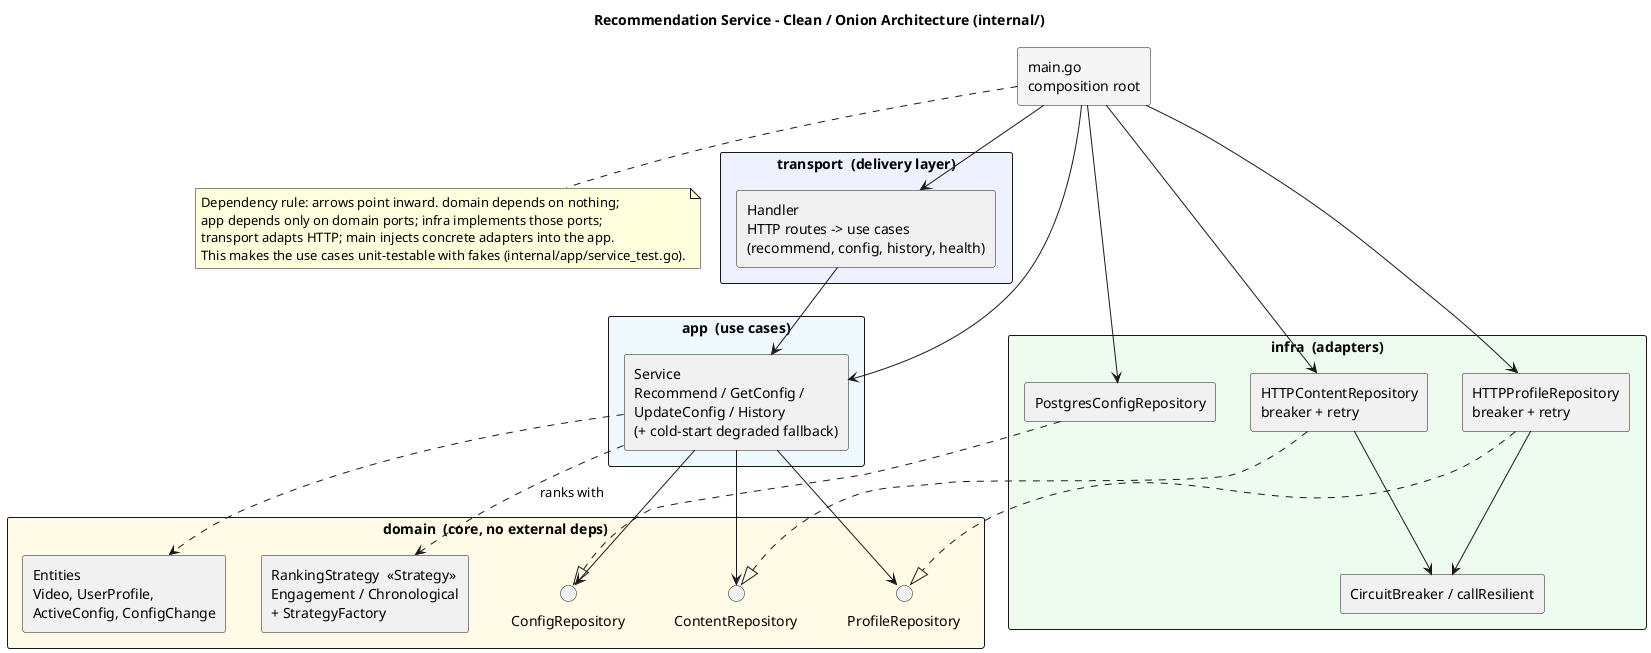
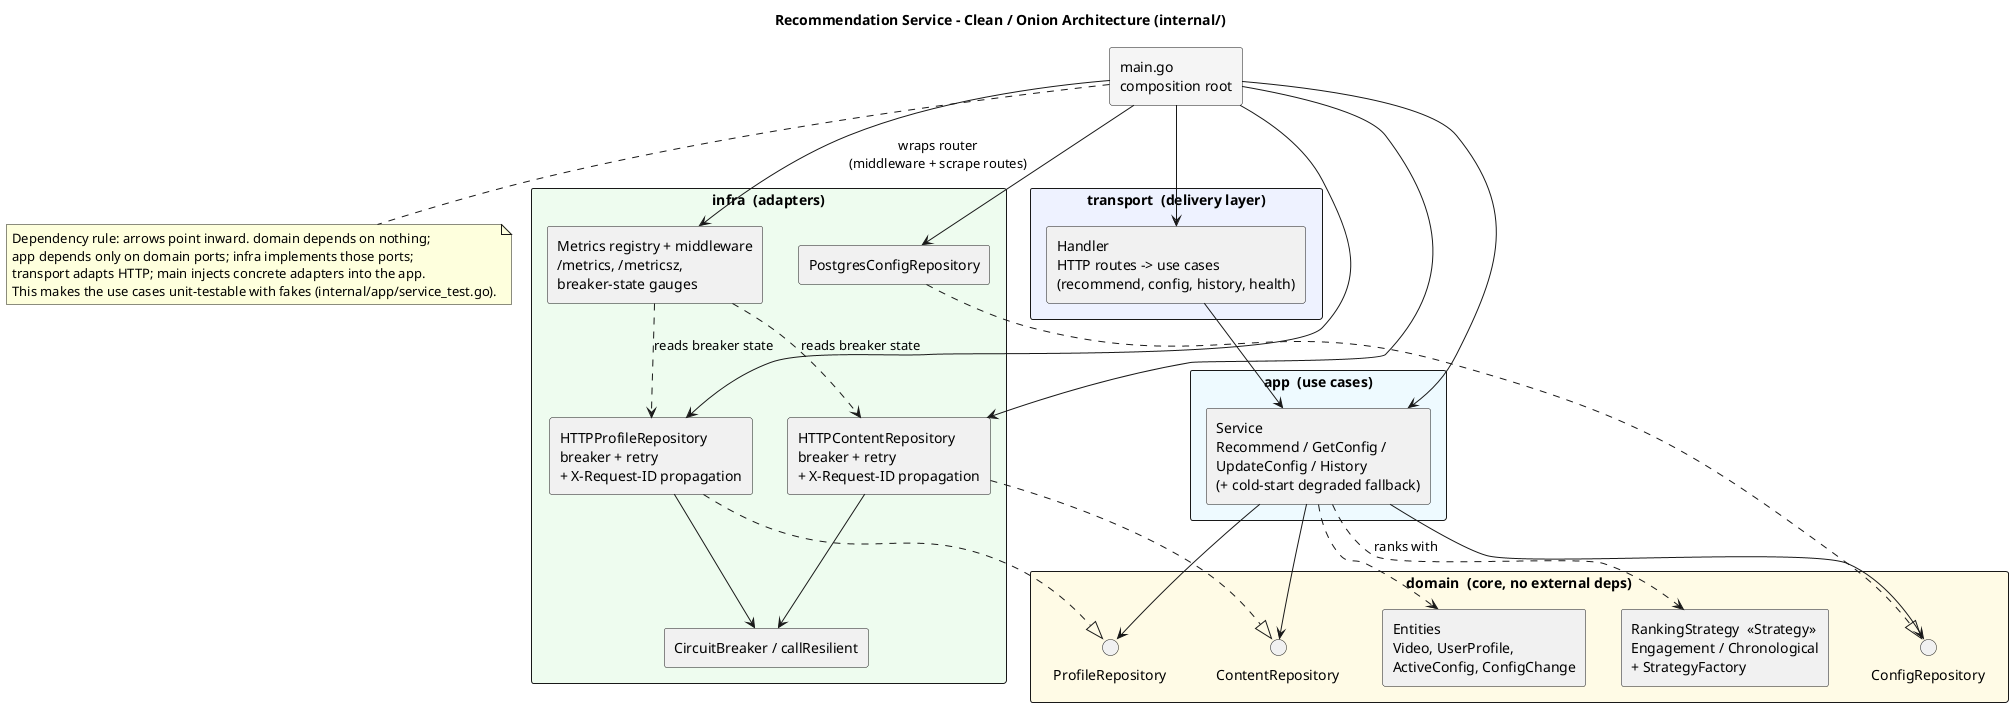
@startuml recommendation-clean-architecture
title Recommendation Service - Clean / Onion Architecture (internal/)

skinparam shadowing false
skinparam componentStyle rectangle
skinparam packageStyle rectangle

' Dependency rule: arrows point INWARD.
' transport -> app -> domain ;  infra implements domain ports ;  main wires it all.

package "transport  (delivery layer)" #eef2ff {
  [Handler\nHTTP routes -> use cases\n(recommend, config, history, health)] as H
}

package "app  (use cases)" #eefaff {
  [Service\nRecommend / GetConfig /\nUpdateConfig / History\n(+ cold-start degraded fallback)] as S
}

package "domain  (core, no external deps)" #fffbe6 {
  interface ProfileRepository as PR
  interface ContentRepository as CR
  interface ConfigRepository as CFR
  [Entities\nVideo, UserProfile,\nActiveConfig, ConfigChange] as E
  [RankingStrategy  <<Strategy>>\nEngagement / Chronological\n+ StrategyFactory] as ST
}

package "infra  (adapters)" #eefcef {
-   [HTTPProfileRepository\nbreaker + retry] as HPR
-   [HTTPContentRepository\nbreaker + retry] as HCR
+   [HTTPProfileRepository\nbreaker + retry\n+ X-Request-ID propagation] as HPR
+   [HTTPContentRepository\nbreaker + retry\n+ X-Request-ID propagation] as HCR
  [PostgresConfigRepository] as PCR
  [CircuitBreaker / callResilient] as RES
+   [Metrics registry + middleware\n/metrics, /metricsz,\nbreaker-state gauges] as MET
}

[main.go\ncomposition root] as M #whitesmoke

H --> S
S --> PR
S --> CR
S --> CFR
S ..> ST : ranks with
S ..> E

HPR ..|> PR
HCR ..|> CR
PCR ..|> CFR
HPR --> RES
HCR --> RES

+ MET ..> HPR : reads breaker state
+ MET ..> HCR : reads breaker state
+ 
M --> H
M --> S
M --> HPR
M --> HCR
M --> PCR
+ M --> MET : wraps router\n(middleware + scrape routes)

note bottom
  Dependency rule: arrows point inward. domain depends on nothing;
  app depends only on domain ports; infra implements those ports;
  transport adapts HTTP; main injects concrete adapters into the app.
  This makes the use cases unit-testable with fakes (internal/app/service_test.go).
end note
@enduml
